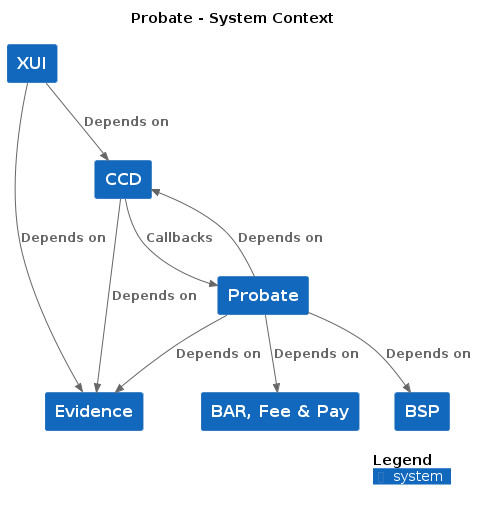
Before: docs/c4/probate/images/structurizr-probate-context.png, a diagram exported from PlantUML (hmcts/cnp-api-docs).
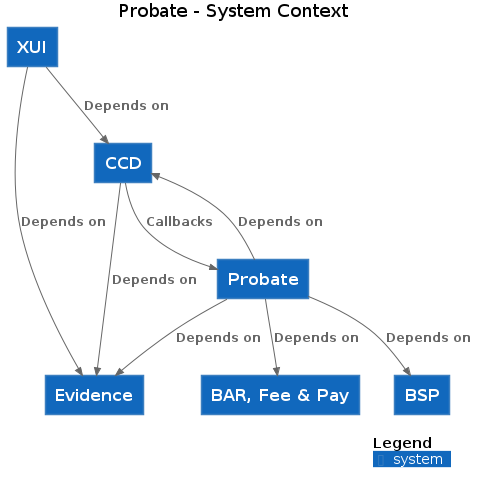
The same diagram one commit later.

The edit, as a diff of the source:
```diff
@@ -3,24 +3,24 @@
 
 top to bottom direction
 
-!include https://raw.githubusercontent.com/plantuml-stdlib/C4-PlantUML/master/C4.puml
-!include https://raw.githubusercontent.com/plantuml-stdlib/C4-PlantUML/master/C4_Context.puml
+!includeurl https://raw.githubusercontent.com/plantuml-stdlib/C4-PlantUML/master/C4.puml
+!includeurl https://raw.githubusercontent.com/plantuml-stdlib/C4-PlantUML/master/C4_Context.puml
 
-System(CCD, "CCD", "", $tags="")
-System(Evidence, "Evidence", "", $tags="")
-System(BSP, "BSP", "", $tags="")
-System(XUI, "XUI", "", $tags="")
-System(Probate, "Probate", "", $tags="")
-System(BARFeePay, "BAR, Fee & Pay", "", $tags="")
+System(CCD, "CCD", "")
+System(Evidence, "Evidence", "")
+System(BSP, "BSP", "")
+System(XUI, "XUI", "")
+System(Probate, "Probate", "")
+System(BARFeePay, "BAR, Fee & Pay", "")
 
-Rel_D(CCD, Evidence, "Depends on", $tags="")
-Rel_D(XUI, Evidence, "Depends on", $tags="")
-Rel_D(XUI, CCD, "Depends on", $tags="")
-Rel_D(Probate, CCD, "Depends on", $tags="")
-Rel_D(Probate, BARFeePay, "Depends on", $tags="")
-Rel_D(Probate, Evidence, "Depends on", $tags="")
-Rel_D(Probate, BSP, "Depends on", $tags="")
-Rel_D(CCD, Probate, "Callbacks", $tags="")
+Rel_D(CCD, Evidence, "Depends on")
+Rel_D(XUI, Evidence, "Depends on")
+Rel_D(XUI, CCD, "Depends on")
+Rel_D(Probate, CCD, "Depends on")
+Rel_D(Probate, BARFeePay, "Depends on")
+Rel_D(Probate, Evidence, "Depends on")
+Rel_D(Probate, BSP, "Depends on")
+Rel_D(CCD, Probate, "Callbacks")
 
 SHOW_DYNAMIC_LEGEND()
 @enduml
```
